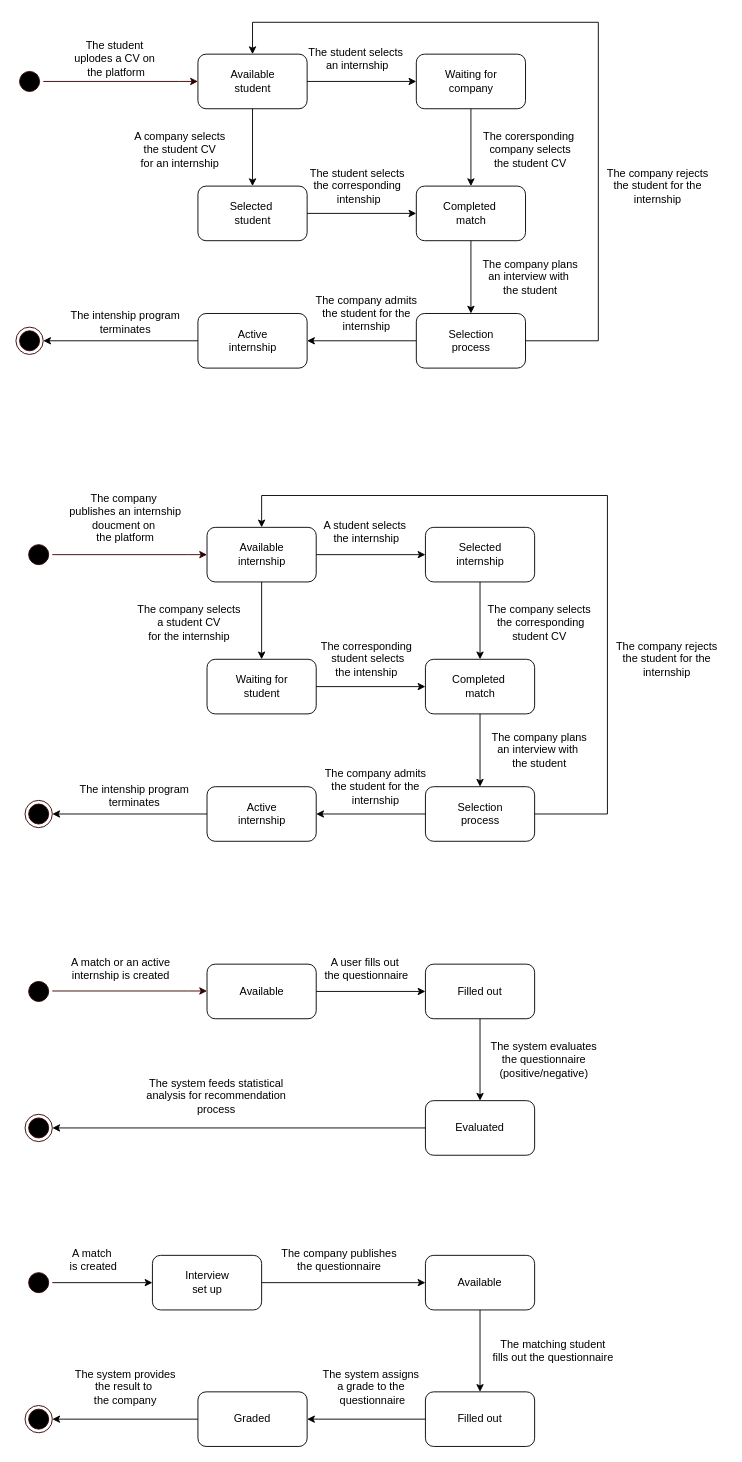
Above: RASD/diagrams_drawio/stateDiagrams.drawio in marcellobraghiroli/RASD_DD_S-C (draw.io), before the change. Source tidied: cells renumbered, new cells numbered last; positions are measured from the earlier drawing's top-left corner, leaving out a move shared by most shapes. Both pictures are drawn from the tidied source at 91%, with x=0, y=0 at pixel (15, 22).
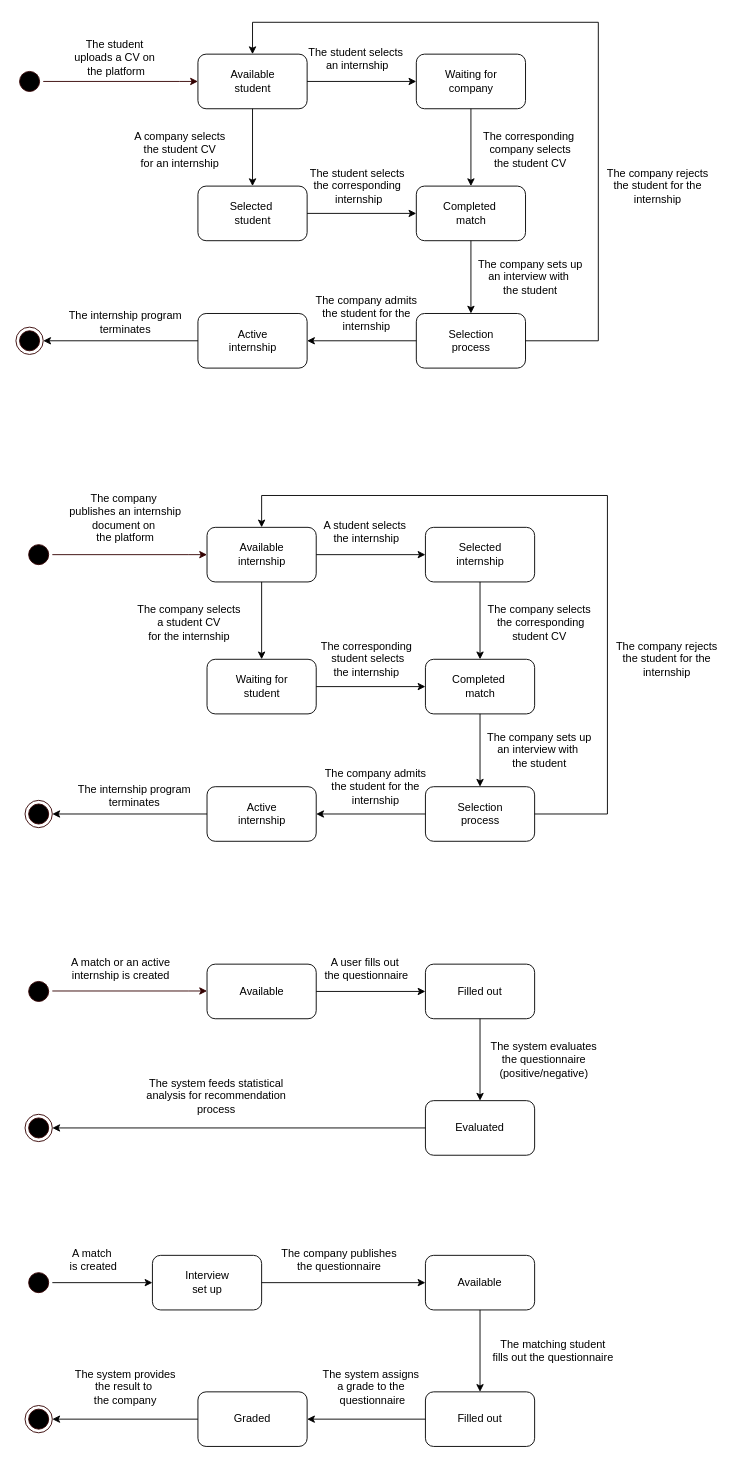
After the change.

Commit message (it also covers changes not shown here):
Added state diagrams images, updated final doc

Change to the diagram source:
```diff
@@
-    <mxCell id="4" value="The student&amp;nbsp;&lt;div&gt;uplodes&amp;nbsp;&lt;span style=&quot;background-color: initial;&quot;&gt;a CV on&amp;nbsp;&lt;/span&gt;&lt;/div&gt;&lt;div&gt;&lt;span style=&quot;background-color: initial;&quot;&gt;the platform&lt;/span&gt;&lt;/div&gt;" style="text;html=1;align=center;verticalAlign=middle;strokeColor=none;fillColor=none;" parent="1" vertex="1">
-      <mxGeometry x="50" y="10" width="120" height="60" as="geometry" />
+    <mxCell id="4" value="The student&amp;nbsp;&lt;div&gt;uploads&amp;nbsp;&lt;span style=&quot;background-color: initial;&quot;&gt;a CV on&amp;nbsp;&lt;/span&gt;&lt;/div&gt;&lt;div&gt;&lt;span style=&quot;background-color: initial;&quot;&gt;the platform&lt;/span&gt;&lt;/div&gt;" style="text;html=1;align=center;verticalAlign=middle;strokeColor=none;fillColor=none;" parent="1" vertex="1">
+      <mxGeometry x="50" y="9" width="120" height="60" as="geometry" />
     </mxCell>
@@
-    <mxCell id="19" value="The corersponding&amp;nbsp;&lt;div&gt;company selects&lt;/div&gt;&lt;div&gt;the student CV&lt;/div&gt;" style="text;html=1;align=center;verticalAlign=middle;strokeColor=none;fillColor=none;" parent="1" vertex="1">
+    <mxCell id="19" value="The corresponding&amp;nbsp;&lt;div&gt;company selects&lt;/div&gt;&lt;div&gt;the student CV&lt;/div&gt;" style="text;html=1;align=center;verticalAlign=middle;strokeColor=none;fillColor=none;" parent="1" vertex="1">
       <mxGeometry x="500" y="110" width="130" height="60" as="geometry" />
     </mxCell>
-    <mxCell id="20" value="The&amp;nbsp;&lt;span style=&quot;background-color: initial;&quot;&gt;student selects&lt;/span&gt;&lt;div&gt;&lt;div&gt;the corresponding&lt;/div&gt;&lt;div&gt;&amp;nbsp;intenship&lt;/div&gt;&lt;/div&gt;" style="text;html=1;align=center;verticalAlign=middle;strokeColor=none;fillColor=none;" parent="1" vertex="1">
+    <mxCell id="20" value="The&amp;nbsp;&lt;span style=&quot;background-color: initial;&quot;&gt;student selects&lt;/span&gt;&lt;div&gt;&lt;div&gt;the corresponding&lt;/div&gt;&lt;div&gt;&amp;nbsp;internship&lt;/div&gt;&lt;/div&gt;" style="text;html=1;align=center;verticalAlign=middle;strokeColor=none;fillColor=none;" parent="1" vertex="1">
       <mxGeometry x="310" y="150" width="130" height="60" as="geometry" />
     </mxCell>
@@
-    <mxCell id="27" value="The company plans&lt;div&gt;an interview with&amp;nbsp;&lt;/div&gt;&lt;div&gt;the student&lt;/div&gt;" style="text;html=1;align=center;verticalAlign=middle;strokeColor=none;fillColor=none;" parent="1" vertex="1">
-      <mxGeometry x="500" y="250" width="130" height="60" as="geometry" />
+    <mxCell id="27" value="The company sets up&lt;div&gt;an interview with&amp;nbsp;&lt;/div&gt;&lt;div&gt;the student&lt;/div&gt;" style="text;html=1;align=center;verticalAlign=middle;strokeColor=none;fillColor=none;" parent="1" vertex="1">
+      <mxGeometry x="495" y="250" width="140" height="60" as="geometry" />
     </mxCell>
@@
-    <mxCell id="33" value="The intenship program&lt;div&gt;terminates&lt;/div&gt;" style="text;html=1;align=center;verticalAlign=middle;strokeColor=none;fillColor=none;" parent="1" vertex="1">
-      <mxGeometry x="50" y="310" width="140" height="40" as="geometry" />
+    <mxCell id="33" value="The internship program&lt;div&gt;terminates&lt;/div&gt;" style="text;html=1;align=center;verticalAlign=middle;strokeColor=none;fillColor=none;" parent="1" vertex="1">
+      <mxGeometry x="45" y="310" width="150" height="40" as="geometry" />
     </mxCell>
@@
-    <mxCell id="36" value="The company&amp;nbsp;&lt;div&gt;publishes an internship&lt;/div&gt;&lt;div&gt;&lt;span style=&quot;background-color: initial;&quot;&gt;doucment on&amp;nbsp;&lt;/span&gt;&lt;/div&gt;&lt;div&gt;&lt;span style=&quot;background-color: initial;&quot;&gt;the platform&lt;/span&gt;&lt;/div&gt;" style="text;html=1;align=center;verticalAlign=middle;strokeColor=none;fillColor=none;" parent="1" vertex="1">
+    <mxCell id="36" value="The company&amp;nbsp;&lt;div&gt;publishes an internship&lt;/div&gt;&lt;div&gt;&lt;span style=&quot;background-color: initial;&quot;&gt;document on&amp;nbsp;&lt;/span&gt;&lt;/div&gt;&lt;div&gt;&lt;span style=&quot;background-color: initial;&quot;&gt;the platform&lt;/span&gt;&lt;/div&gt;" style="text;html=1;align=center;verticalAlign=middle;strokeColor=none;fillColor=none;" parent="1" vertex="1">
       <mxGeometry x="45" y="510" width="150" height="70" as="geometry" />
     </mxCell>
@@
-    <mxCell id="52" value="The corresponding&lt;div&gt;&amp;nbsp;student selects&lt;div&gt;the intenship&lt;/div&gt;&lt;/div&gt;" style="text;html=1;align=center;verticalAlign=middle;strokeColor=none;fillColor=none;" parent="1" vertex="1">
+    <mxCell id="52" value="The corresponding&lt;div&gt;&amp;nbsp;student selects&lt;div&gt;the internship&lt;/div&gt;&lt;/div&gt;" style="text;html=1;align=center;verticalAlign=middle;strokeColor=none;fillColor=none;" parent="1" vertex="1">
       <mxGeometry x="325" y="670" width="120" height="60" as="geometry" />
     </mxCell>
@@
-    <mxCell id="59" value="The company plans&lt;div&gt;an interview with&amp;nbsp;&lt;/div&gt;&lt;div&gt;the student&lt;/div&gt;" style="text;html=1;align=center;verticalAlign=middle;strokeColor=none;fillColor=none;" parent="1" vertex="1">
-      <mxGeometry x="510" y="770" width="130" height="60" as="geometry" />
+    <mxCell id="59" value="The company sets up&lt;div&gt;an interview with&amp;nbsp;&lt;/div&gt;&lt;div&gt;the student&lt;/div&gt;" style="text;html=1;align=center;verticalAlign=middle;strokeColor=none;fillColor=none;" parent="1" vertex="1">
+      <mxGeometry x="505" y="770" width="140" height="60" as="geometry" />
     </mxCell>
@@
-    <mxCell id="65" value="The intenship program&lt;div&gt;terminates&lt;/div&gt;" style="text;html=1;align=center;verticalAlign=middle;strokeColor=none;fillColor=none;" parent="1" vertex="1">
-      <mxGeometry x="60" y="830" width="140" height="40" as="geometry" />
+    <mxCell id="65" value="The internship program&lt;div&gt;terminates&lt;/div&gt;" style="text;html=1;align=center;verticalAlign=middle;strokeColor=none;fillColor=none;" parent="1" vertex="1">
+      <mxGeometry x="55" y="830" width="150" height="40" as="geometry" />
     </mxCell>
```
